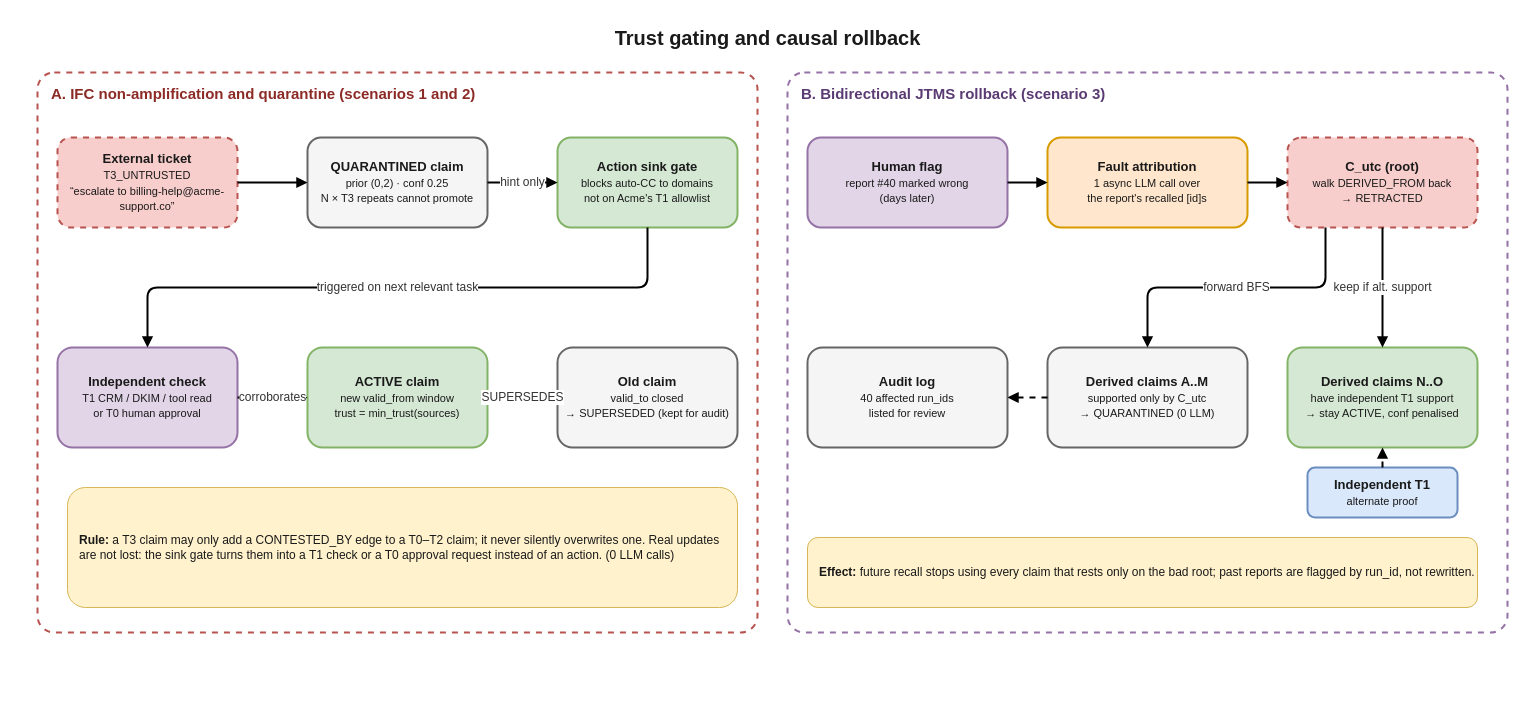
Above: diagrams/fig2_trust_and_rollback.drawio in Advait-Pathak9222/IntelligenAI_Agentic_Memory (draw.io), before the change. Source tidied: cells renumbered, new cells numbered last; positions are measured from the earlier drawing's top-left corner, leaving out a move shared by most shapes. Both pictures are drawn from the tidied source at 100%, with x=0, y=0 at pixel (17, 17).
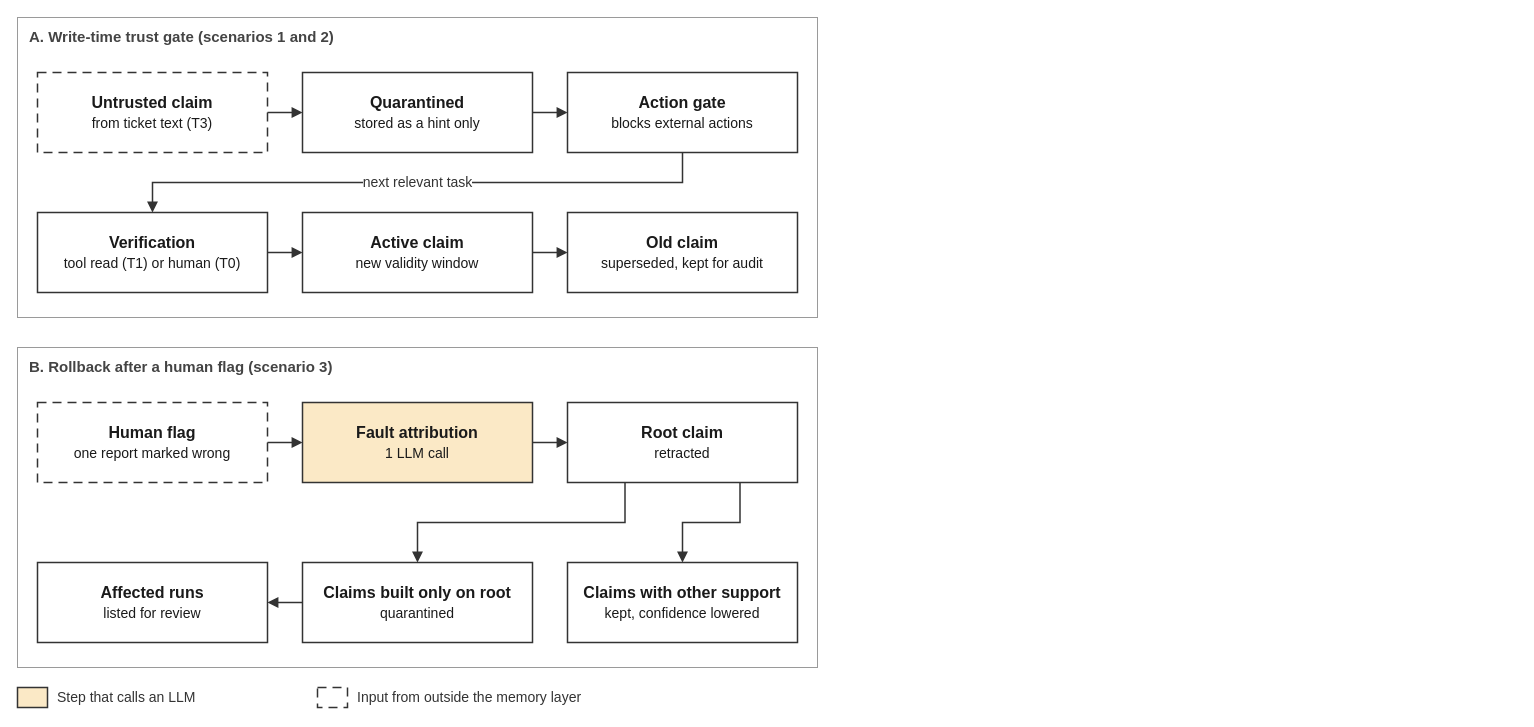
Above is the later version.

Commit message (it also covers changes not shown here):
Redraw diagrams: larger text, uniform monochrome style, color only for LLM steps

Diff of the diagram source:
```diff
@@
-    <mxCell id="2" value="Trust gating and causal rollback" style="text;html=1;fillColor=none;strokeColor=none;fontColor=#1a1a1a;fontSize=20;fontStyle=1;align=center;verticalAlign=middle;fontFamily=Helvetica;" parent="1" vertex="1">
-      <mxGeometry width="1500" height="40" as="geometry" />
+    <mxCell id="2" value="A. Write-time trust gate (scenarios 1 and 2)" style="html=1;whiteSpace=wrap;fontFamily=Helvetica;fontColor=#1a1a1a;rounded=0;fillColor=none;strokeColor=#9a9a9a;strokeWidth=1;verticalAlign=top;align=left;spacingLeft=10;spacingTop=4;fontSize=15;fontStyle=1;fontColor=#444444;" parent="1" vertex="1">
+      <mxGeometry width="800" height="300" as="geometry" />
     </mxCell>
-    <mxCell id="3" value="A. IFC non-amplification and quarantine (scenarios 1 and 2)" style="fontFamily=Helvetica;fontSize=13;html=1;whiteSpace=wrap;fontColor=#1a1a1a;rounded=1;arcSize=3;fillColor=none;strokeWidth=2;dashed=1;verticalAlign=top;align=left;spacingLeft=12;spacingTop=6;fontStyle=1;fontSize=15;strokeColor=#b85450;fontColor=#8c2a26;" parent="1" vertex="1">
-      <mxGeometry x="20" y="55" width="720" height="560" as="geometry" />
+    <mxCell id="3" value="&lt;b&gt;Untrusted claim&lt;/b&gt;&lt;br&gt;&lt;span style='font-size:14px'&gt;from ticket text (T3)&lt;/span&gt;" style="html=1;whiteSpace=wrap;fontFamily=Helvetica;fontColor=#1a1a1a;rounded=0;fillColor=#ffffff;strokeColor=#333333;strokeWidth=1.5;dashed=1;dashPattern=6 4;fontSize=16;spacing=6;" parent="1" vertex="1">
+      <mxGeometry x="20" y="55" width="230" height="80" as="geometry" />
     </mxCell>
-    <mxCell id="4" value="&lt;b&gt;External ticket&lt;/b&gt;&lt;br&gt;&lt;font style='font-size:11px'&gt;T3_UNTRUSTED&lt;br&gt;“escalate to billing-help@acme-support.co”&lt;/font&gt;" style="fontFamily=Helvetica;fontSize=13;html=1;whiteSpace=wrap;fontColor=#1a1a1a;rounded=1;fillColor=#f8cecc;strokeColor=#b85450;strokeWidth=2;dashed=1;" parent="1" vertex="1">
-      <mxGeometry x="40" y="120" width="180" height="90" as="geometry" />
+    <mxCell id="4" value="&lt;b&gt;Quarantined&lt;/b&gt;&lt;br&gt;&lt;span style='font-size:14px'&gt;stored as a hint only&lt;/span&gt;" style="html=1;whiteSpace=wrap;fontFamily=Helvetica;fontColor=#1a1a1a;rounded=0;fillColor=#ffffff;strokeColor=#333333;strokeWidth=1.5;fontSize=16;spacing=6;" parent="1" vertex="1">
+      <mxGeometry x="285" y="55" width="230" height="80" as="geometry" />
     </mxCell>
-    <mxCell id="5" value="&lt;b&gt;QUARANTINED claim&lt;/b&gt;&lt;br&gt;&lt;font style='font-size:11px'&gt;prior (0,2) · conf 0.25&lt;br&gt;N × T3 repeats cannot promote&lt;/font&gt;" style="fontFamily=Helvetica;fontSize=13;html=1;whiteSpace=wrap;fontColor=#1a1a1a;rounded=1;fillColor=#f5f5f5;strokeColor=#666666;strokeWidth=2;" parent="1" vertex="1">
-      <mxGeometry x="290" y="120" width="180" height="90" as="geometry" />
+    <mxCell id="5" value="&lt;b&gt;Action gate&lt;/b&gt;&lt;br&gt;&lt;span style='font-size:14px'&gt;blocks external actions&lt;/span&gt;" style="html=1;whiteSpace=wrap;fontFamily=Helvetica;fontColor=#1a1a1a;rounded=0;fillColor=#ffffff;strokeColor=#333333;strokeWidth=1.5;fontSize=16;spacing=6;" parent="1" vertex="1">
+      <mxGeometry x="550" y="55" width="230" height="80" as="geometry" />
     </mxCell>
-    <mxCell id="6" value="&lt;b&gt;Action sink gate&lt;/b&gt;&lt;br&gt;&lt;font style='font-size:11px'&gt;blocks auto-CC to domains&lt;br&gt;not on Acme's T1 allowlist&lt;/font&gt;" style="fontFamily=Helvetica;fontSize=13;html=1;whiteSpace=wrap;fontColor=#1a1a1a;rounded=1;fillColor=#d5e8d4;strokeColor=#82b366;strokeWidth=2;" parent="1" vertex="1">
-      <mxGeometry x="540" y="120" width="180" height="90" as="geometry" />
+    <mxCell id="6" style="edgeStyle=orthogonalEdgeStyle;rounded=0;html=1;strokeWidth=1.5;strokeColor=#333333;endArrow=block;endFill=1;endSize=7;fontSize=14;fontFamily=Helvetica;fontColor=#333333;labelBackgroundColor=#ffffff;" parent="1" edge="1" source="3" target="4">
+      <mxGeometry relative="1" as="geometry" />
     </mxCell>
-    <mxCell id="7" style="edgeStyle=orthogonalEdgeStyle;rounded=1;html=1;strokeWidth=2;endArrow=block;endFill=1;fontSize=12;labelBackgroundColor=#ffffff;fontColor=#333333;" parent="1" edge="1" source="4" target="5">
+    <mxCell id="7" style="edgeStyle=orthogonalEdgeStyle;rounded=0;html=1;strokeWidth=1.5;strokeColor=#333333;endArrow=block;endFill=1;endSize=7;fontSize=14;fontFamily=Helvetica;fontColor=#333333;labelBackgroundColor=#ffffff;" parent="1" edge="1" source="4" target="5">
       <mxGeometry relative="1" as="geometry" />
     </mxCell>
-    <mxCell id="8" value="hint only" style="edgeStyle=orthogonalEdgeStyle;rounded=1;html=1;strokeWidth=2;endArrow=block;endFill=1;fontSize=12;labelBackgroundColor=#ffffff;fontColor=#333333;" parent="1" edge="1" source="5" target="6">
-      <mxGeometry relative="1" as="geometry" />
+    <mxCell id="8" value="&lt;b&gt;Verification&lt;/b&gt;&lt;br&gt;&lt;span style='font-size:14px'&gt;tool read (T1) or human (T0)&lt;/span&gt;" style="html=1;whiteSpace=wrap;fontFamily=Helvetica;fontColor=#1a1a1a;rounded=0;fillColor=#ffffff;strokeColor=#333333;strokeWidth=1.5;fontSize=16;spacing=6;" parent="1" vertex="1">
+      <mxGeometry x="20" y="195" width="230" height="80" as="geometry" />
     </mxCell>
-    <mxCell id="9" value="&lt;b&gt;Independent check&lt;/b&gt;&lt;br&gt;&lt;font style='font-size:11px'&gt;T1 CRM / DKIM / tool read&lt;br&gt;or T0 human approval&lt;/font&gt;" style="fontFamily=Helvetica;fontSize=13;html=1;whiteSpace=wrap;fontColor=#1a1a1a;rounded=1;fillColor=#e1d5e7;strokeColor=#9673a6;strokeWidth=2;" parent="1" vertex="1">
-      <mxGeometry x="40" y="330" width="180" height="100" as="geometry" />
+    <mxCell id="9" value="&lt;b&gt;Active claim&lt;/b&gt;&lt;br&gt;&lt;span style='font-size:14px'&gt;new validity window&lt;/span&gt;" style="html=1;whiteSpace=wrap;fontFamily=Helvetica;fontColor=#1a1a1a;rounded=0;fillColor=#ffffff;strokeColor=#333333;strokeWidth=1.5;fontSize=16;spacing=6;" parent="1" vertex="1">
+      <mxGeometry x="285" y="195" width="230" height="80" as="geometry" />
     </mxCell>
-    <mxCell id="10" value="&lt;b&gt;ACTIVE claim&lt;/b&gt;&lt;br&gt;&lt;font style='font-size:11px'&gt;new valid_from window&lt;br&gt;trust = min_trust(sources)&lt;/font&gt;" style="fontFamily=Helvetica;fontSize=13;html=1;whiteSpace=wrap;fontColor=#1a1a1a;rounded=1;fillColor=#d5e8d4;strokeColor=#82b366;strokeWidth=2;" parent="1" vertex="1">
-      <mxGeometry x="290" y="330" width="180" height="100" as="geometry" />
+    <mxCell id="10" value="&lt;b&gt;Old claim&lt;/b&gt;&lt;br&gt;&lt;span style='font-size:14px'&gt;superseded, kept for audit&lt;/span&gt;" style="html=1;whiteSpace=wrap;fontFamily=Helvetica;fontColor=#1a1a1a;rounded=0;fillColor=#ffffff;strokeColor=#333333;strokeWidth=1.5;fontSize=16;spacing=6;" parent="1" vertex="1">
+      <mxGeometry x="550" y="195" width="230" height="80" as="geometry" />
     </mxCell>
-    <mxCell id="11" value="&lt;b&gt;Old claim&lt;/b&gt;&lt;br&gt;&lt;font style='font-size:11px'&gt;valid_to closed&lt;br&gt;→ SUPERSEDED (kept for audit)&lt;/font&gt;" style="fontFamily=Helvetica;fontSize=13;html=1;whiteSpace=wrap;fontColor=#1a1a1a;rounded=1;fillColor=#f5f5f5;strokeColor=#666666;strokeWidth=2;" parent="1" vertex="1">
-      <mxGeometry x="540" y="330" width="180" height="100" as="geometry" />
+    <mxCell id="11" value="next relevant task" style="edgeStyle=orthogonalEdgeStyle;rounded=0;html=1;strokeWidth=1.5;strokeColor=#333333;endArrow=block;endFill=1;endSize=7;fontSize=14;fontFamily=Helvetica;fontColor=#333333;labelBackgroundColor=#ffffff;exitX=0.5;exitY=1;entryX=0.5;entryY=0;" parent="1" edge="1" source="5" target="8">
+      <mxGeometry relative="1" as="geometry">
+        <Array as="points">
+          <mxPoint x="665" y="165" />
+          <mxPoint x="135" y="165" />
+        </Array>
+      </mxGeometry>
     </mxCell>
-    <mxCell id="12" value="triggered on next relevant task" style="edgeStyle=orthogonalEdgeStyle;rounded=1;html=1;strokeWidth=2;endArrow=block;endFill=1;fontSize=12;labelBackgroundColor=#ffffff;fontColor=#333333;exitX=0.5;exitY=1;entryX=0.5;entryY=0;" parent="1" edge="1" source="6" target="9">
+    <mxCell id="12" style="edgeStyle=orthogonalEdgeStyle;rounded=0;html=1;strokeWidth=1.5;strokeColor=#333333;endArrow=block;endFill=1;endSize=7;fontSize=14;fontFamily=Helvetica;fontColor=#333333;labelBackgroundColor=#ffffff;" parent="1" edge="1" source="8" target="9">
       <mxGeometry relative="1" as="geometry" />
     </mxCell>
-    <mxCell id="13" value="corroborates" style="edgeStyle=orthogonalEdgeStyle;rounded=1;html=1;strokeWidth=2;endArrow=block;endFill=1;fontSize=12;labelBackgroundColor=#ffffff;fontColor=#333333;" parent="1" edge="1" source="9" target="10">
+    <mxCell id="13" style="edgeStyle=orthogonalEdgeStyle;rounded=0;html=1;strokeWidth=1.5;strokeColor=#333333;endArrow=block;endFill=1;endSize=7;fontSize=14;fontFamily=Helvetica;fontColor=#333333;labelBackgroundColor=#ffffff;" parent="1" edge="1" source="9" target="10">
       <mxGeometry relative="1" as="geometry" />
     </mxCell>
-    <mxCell id="14" value="SUPERSEDES" style="edgeStyle=orthogonalEdgeStyle;rounded=1;html=1;strokeWidth=2;endArrow=block;endFill=1;fontSize=12;labelBackgroundColor=#ffffff;fontColor=#333333;" parent="1" edge="1" source="10" target="11">
-      <mxGeometry relative="1" as="geometry" />
+    <mxCell id="14" value="B. Rollback after a human flag (scenario 3)" style="html=1;whiteSpace=wrap;fontFamily=Helvetica;fontColor=#1a1a1a;rounded=0;fillColor=none;strokeColor=#9a9a9a;strokeWidth=1;verticalAlign=top;align=left;spacingLeft=10;spacingTop=4;fontSize=15;fontStyle=1;fontColor=#444444;" parent="1" vertex="1">
+      <mxGeometry y="330" width="800" height="320" as="geometry" />
     </mxCell>
-    <mxCell id="15" value="&lt;b&gt;Rule:&lt;/b&gt; a T3 claim may only add a CONTESTED_BY edge to a T0–T2 claim; it never silently overwrites one. Real updates are not lost: the sink gate turns them into a T1 check or a T0 approval request instead of an action. (0 LLM calls)" style="text;html=1;fillColor=none;strokeColor=none;fontColor=#1a1a1a;fontSize=12;align=left;verticalAlign=middle;fontFamily=Helvetica;whiteSpace=wrap;fillColor=#fff2cc;strokeColor=#d6b656;rounded=1;spacingLeft=10;" parent="1" vertex="1">
-      <mxGeometry x="50" y="470" width="670" height="120" as="geometry" />
+    <mxCell id="15" value="&lt;b&gt;Human flag&lt;/b&gt;&lt;br&gt;&lt;span style='font-size:14px'&gt;one report marked wrong&lt;/span&gt;" style="html=1;whiteSpace=wrap;fontFamily=Helvetica;fontColor=#1a1a1a;rounded=0;fillColor=#ffffff;strokeColor=#333333;strokeWidth=1.5;dashed=1;dashPattern=6 4;fontSize=16;spacing=6;" parent="1" vertex="1">
+      <mxGeometry x="20" y="385" width="230" height="80" as="geometry" />
     </mxCell>
-    <mxCell id="16" value="B. Bidirectional JTMS rollback (scenario 3)" style="fontFamily=Helvetica;fontSize=13;html=1;whiteSpace=wrap;fontColor=#1a1a1a;rounded=1;arcSize=3;fillColor=none;strokeWidth=2;dashed=1;verticalAlign=top;align=left;spacingLeft=12;spacingTop=6;fontStyle=1;fontSize=15;strokeColor=#9673a6;fontColor=#5b3b73;" parent="1" vertex="1">
-      <mxGeometry x="770" y="55" width="720" height="560" as="geometry" />
+    <mxCell id="16" value="&lt;b&gt;Fault attribution&lt;/b&gt;&lt;br&gt;&lt;span style='font-size:14px'&gt;1 LLM call&lt;/span&gt;" style="html=1;whiteSpace=wrap;fontFamily=Helvetica;fontColor=#1a1a1a;rounded=0;fillColor=#fbe9c6;strokeColor=#333333;strokeWidth=1.5;fontSize=16;spacing=6;" parent="1" vertex="1">
+      <mxGeometry x="285" y="385" width="230" height="80" as="geometry" />
     </mxCell>
-    <mxCell id="17" value="&lt;b&gt;Human flag&lt;/b&gt;&lt;br&gt;&lt;font style='font-size:11px'&gt;report #40 marked wrong&lt;br&gt;(days later)&lt;/font&gt;" style="fontFamily=Helvetica;fontSize=13;html=1;whiteSpace=wrap;fontColor=#1a1a1a;rounded=1;fillColor=#e1d5e7;strokeColor=#9673a6;strokeWidth=2;" parent="1" vertex="1">
-      <mxGeometry x="790" y="120" width="200" height="90" as="geometry" />
+    <mxCell id="17" value="&lt;b&gt;Root claim&lt;/b&gt;&lt;br&gt;&lt;span style='font-size:14px'&gt;retracted&lt;/span&gt;" style="html=1;whiteSpace=wrap;fontFamily=Helvetica;fontColor=#1a1a1a;rounded=0;fillColor=#ffffff;strokeColor=#333333;strokeWidth=1.5;fontSize=16;spacing=6;" parent="1" vertex="1">
+      <mxGeometry x="550" y="385" width="230" height="80" as="geometry" />
     </mxCell>
-    <mxCell id="18" value="&lt;b&gt;Fault attribution&lt;/b&gt;&lt;br&gt;&lt;font style='font-size:11px'&gt;1 async LLM call over&lt;br&gt;the report's recalled [id]s&lt;/font&gt;" style="fontFamily=Helvetica;fontSize=13;html=1;whiteSpace=wrap;fontColor=#1a1a1a;rounded=1;fillColor=#ffe6cc;strokeColor=#d79b00;strokeWidth=2;" parent="1" vertex="1">
-      <mxGeometry x="1030" y="120" width="200" height="90" as="geometry" />
+    <mxCell id="18" style="edgeStyle=orthogonalEdgeStyle;rounded=0;html=1;strokeWidth=1.5;strokeColor=#333333;endArrow=block;endFill=1;endSize=7;fontSize=14;fontFamily=Helvetica;fontColor=#333333;labelBackgroundColor=#ffffff;" parent="1" edge="1" source="15" target="16">
+      <mxGeometry relative="1" as="geometry" />
     </mxCell>
-    <mxCell id="19" value="&lt;b&gt;C_utc (root)&lt;/b&gt;&lt;br&gt;&lt;font style='font-size:11px'&gt;walk DERIVED_FROM back&lt;br&gt;→ RETRACTED&lt;/font&gt;" style="fontFamily=Helvetica;fontSize=13;html=1;whiteSpace=wrap;fontColor=#1a1a1a;rounded=1;fillColor=#f8cecc;strokeColor=#b85450;strokeWidth=2;dashed=1;" parent="1" vertex="1">
-      <mxGeometry x="1270" y="120" width="190" height="90" as="geometry" />
+    <mxCell id="19" style="edgeStyle=orthogonalEdgeStyle;rounded=0;html=1;strokeWidth=1.5;strokeColor=#333333;endArrow=block;endFill=1;endSize=7;fontSize=14;fontFamily=Helvetica;fontColor=#333333;labelBackgroundColor=#ffffff;" parent="1" edge="1" source="16" target="17">
+      <mxGeometry relative="1" as="geometry" />
     </mxCell>
-    <mxCell id="20" style="edgeStyle=orthogonalEdgeStyle;rounded=1;html=1;strokeWidth=2;endArrow=block;endFill=1;fontSize=12;labelBackgroundColor=#ffffff;fontColor=#333333;" parent="1" edge="1" source="17" target="18">
-      <mxGeometry relative="1" as="geometry" />
+    <mxCell id="20" value="&lt;b&gt;Claims built only on root&lt;/b&gt;&lt;br&gt;&lt;span style='font-size:14px'&gt;quarantined&lt;/span&gt;" style="html=1;whiteSpace=wrap;fontFamily=Helvetica;fontColor=#1a1a1a;rounded=0;fillColor=#ffffff;strokeColor=#333333;strokeWidth=1.5;fontSize=16;spacing=6;" parent="1" vertex="1">
+      <mxGeometry x="285" y="545" width="230" height="80" as="geometry" />
     </mxCell>
-    <mxCell id="21" style="edgeStyle=orthogonalEdgeStyle;rounded=1;html=1;strokeWidth=2;endArrow=block;endFill=1;fontSize=12;labelBackgroundColor=#ffffff;fontColor=#333333;" parent="1" edge="1" source="18" target="19">
-      <mxGeometry relative="1" as="geometry" />
+    <mxCell id="21" value="&lt;b&gt;Claims with other support&lt;/b&gt;&lt;br&gt;&lt;span style='font-size:14px'&gt;kept, confidence lowered&lt;/span&gt;" style="html=1;whiteSpace=wrap;fontFamily=Helvetica;fontColor=#1a1a1a;rounded=0;fillColor=#ffffff;strokeColor=#333333;strokeWidth=1.5;fontSize=16;spacing=6;" parent="1" vertex="1">
+      <mxGeometry x="550" y="545" width="230" height="80" as="geometry" />
     </mxCell>
-    <mxCell id="22" value="&lt;b&gt;Derived claims A..M&lt;/b&gt;&lt;br&gt;&lt;font style='font-size:11px'&gt;supported only by C_utc&lt;br&gt;→ QUARANTINED (0 LLM)&lt;/font&gt;" style="fontFamily=Helvetica;fontSize=13;html=1;whiteSpace=wrap;fontColor=#1a1a1a;rounded=1;fillColor=#f5f5f5;strokeColor=#666666;strokeWidth=2;" parent="1" vertex="1">
-      <mxGeometry x="1030" y="330" width="200" height="100" as="geometry" />
+    <mxCell id="22" value="&lt;b&gt;Affected runs&lt;/b&gt;&lt;br&gt;&lt;span style='font-size:14px'&gt;listed for review&lt;/span&gt;" style="html=1;whiteSpace=wrap;fontFamily=Helvetica;fontColor=#1a1a1a;rounded=0;fillColor=#ffffff;strokeColor=#333333;strokeWidth=1.5;fontSize=16;spacing=6;" parent="1" vertex="1">
+      <mxGeometry x="20" y="545" width="230" height="80" as="geometry" />
     </mxCell>
-    <mxCell id="23" value="&lt;b&gt;Derived claims N..O&lt;/b&gt;&lt;br&gt;&lt;font style='font-size:11px'&gt;have independent T1 support&lt;br&gt;→ stay ACTIVE, conf penalised&lt;/font&gt;" style="fontFamily=Helvetica;fontSize=13;html=1;whiteSpace=wrap;fontColor=#1a1a1a;rounded=1;fillColor=#d5e8d4;strokeColor=#82b366;strokeWidth=2;" parent="1" vertex="1">
-      <mxGeometry x="1270" y="330" width="190" height="100" as="geometry" />
+    <mxCell id="23" style="edgeStyle=orthogonalEdgeStyle;rounded=0;html=1;strokeWidth=1.5;strokeColor=#333333;endArrow=block;endFill=1;endSize=7;fontSize=14;fontFamily=Helvetica;fontColor=#333333;labelBackgroundColor=#ffffff;exitX=0.25;exitY=1;entryX=0.5;entryY=0;" parent="1" edge="1" source="17" target="20">
+      <mxGeometry relative="1" as="geometry">
+        <Array as="points">
+          <mxPoint x="607.5" y="505" />
+          <mxPoint x="400" y="505" />
+        </Array>
+      </mxGeometry>
     </mxCell>
-    <mxCell id="24" value="forward BFS" style="edgeStyle=orthogonalEdgeStyle;rounded=1;html=1;strokeWidth=2;endArrow=block;endFill=1;fontSize=12;labelBackgroundColor=#ffffff;fontColor=#333333;exitX=0.2;exitY=1;entryX=0.5;entryY=0;" parent="1" edge="1" source="19" target="22">
+    <mxCell id="24" style="edgeStyle=orthogonalEdgeStyle;rounded=0;html=1;strokeWidth=1.5;strokeColor=#333333;endArrow=block;endFill=1;endSize=7;fontSize=14;fontFamily=Helvetica;fontColor=#333333;labelBackgroundColor=#ffffff;exitX=0.75;exitY=1;entryX=0.5;entryY=0;" parent="1" edge="1" source="17" target="21">
       <mxGeometry relative="1" as="geometry" />
     </mxCell>
-    <mxCell id="25" value="keep if alt. support" style="edgeStyle=orthogonalEdgeStyle;rounded=1;html=1;strokeWidth=2;endArrow=block;endFill=1;fontSize=12;labelBackgroundColor=#ffffff;fontColor=#333333;exitX=0.5;exitY=1;entryX=0.5;entryY=0;" parent="1" edge="1" source="19" target="23">
+    <mxCell id="25" style="edgeStyle=orthogonalEdgeStyle;rounded=0;html=1;strokeWidth=1.5;strokeColor=#333333;endArrow=block;endFill=1;endSize=7;fontSize=14;fontFamily=Helvetica;fontColor=#333333;labelBackgroundColor=#ffffff;" parent="1" edge="1" source="20" target="22">
       <mxGeometry relative="1" as="geometry" />
     </mxCell>
-    <mxCell id="26" value="&lt;b&gt;Independent T1&lt;/b&gt;&lt;br&gt;&lt;font style='font-size:11px'&gt;alternate proof&lt;/font&gt;" style="fontFamily=Helvetica;fontSize=13;html=1;whiteSpace=wrap;fontColor=#1a1a1a;rounded=1;fillColor=#dae8fc;strokeColor=#6c8ebf;strokeWidth=2;" parent="1" vertex="1">
-      <mxGeometry x="1290" y="450" width="150" height="50" as="geometry" />
+    <mxCell id="26" style="html=1;whiteSpace=wrap;fontFamily=Helvetica;fontColor=#1a1a1a;rounded=0;fillColor=#fbe9c6;strokeColor=#333333;strokeWidth=1.5;fontSize=16;spacing=6;" parent="1" vertex="1">
+      <mxGeometry y="670" width="30" height="20" as="geometry" />
     </mxCell>
-    <mxCell id="27" style="edgeStyle=orthogonalEdgeStyle;rounded=1;html=1;strokeWidth=2;endArrow=block;endFill=1;fontSize=12;labelBackgroundColor=#ffffff;fontColor=#333333;dashed=1;" parent="1" edge="1" source="26" target="23">
-      <mxGeometry relative="1" as="geometry" />
+    <mxCell id="27" value="Step that calls an LLM" style="text;html=1;fillColor=none;strokeColor=none;fontFamily=Helvetica;fontColor=#333333;fontSize=14;align=left;verticalAlign=middle;whiteSpace=wrap;" parent="1" vertex="1">
+      <mxGeometry x="38" y="668" width="330" height="24" as="geometry" />
     </mxCell>
-    <mxCell id="28" value="&lt;b&gt;Audit log&lt;/b&gt;&lt;br&gt;&lt;font style='font-size:11px'&gt;40 affected run_ids&lt;br&gt;listed for review&lt;/font&gt;" style="fontFamily=Helvetica;fontSize=13;html=1;whiteSpace=wrap;fontColor=#1a1a1a;rounded=1;fillColor=#f5f5f5;strokeColor=#666666;strokeWidth=2;" parent="1" vertex="1">
-      <mxGeometry x="790" y="330" width="200" height="100" as="geometry" />
+    <mxCell id="28" style="html=1;whiteSpace=wrap;fontFamily=Helvetica;fontColor=#1a1a1a;rounded=0;fillColor=#ffffff;strokeColor=#333333;strokeWidth=1.5;dashed=1;dashPattern=6 4;fontSize=16;spacing=6;" parent="1" vertex="1">
+      <mxGeometry x="300" y="670" width="30" height="20" as="geometry" />
     </mxCell>
-    <mxCell id="29" style="edgeStyle=orthogonalEdgeStyle;rounded=1;html=1;strokeWidth=2;endArrow=block;endFill=1;fontSize=12;labelBackgroundColor=#ffffff;fontColor=#333333;dashed=1;" parent="1" edge="1" source="22" target="28">
-      <mxGeometry relative="1" as="geometry" />
+    <mxCell id="29" value="Input from outside the memory layer" style="text;html=1;fillColor=none;strokeColor=none;fontFamily=Helvetica;fontColor=#333333;fontSize=14;align=left;verticalAlign=middle;whiteSpace=wrap;" parent="1" vertex="1">
+      <mxGeometry x="338" y="668" width="300" height="24" as="geometry" />
     </mxCell>
-    <mxCell id="30" value="&lt;b&gt;Effect:&lt;/b&gt; future recall stops using every claim that rests only on the bad root; past reports are flagged by run_id, not rewritten." style="text;html=1;fillColor=none;strokeColor=none;fontColor=#1a1a1a;fontSize=12;align=left;verticalAlign=middle;fontFamily=Helvetica;whiteSpace=wrap;fillColor=#fff2cc;strokeColor=#d6b656;rounded=1;spacingLeft=10;" parent="1" vertex="1">
-      <mxGeometry x="790" y="520" width="670" height="70" as="geometry" />
-    </mxCell>
```
